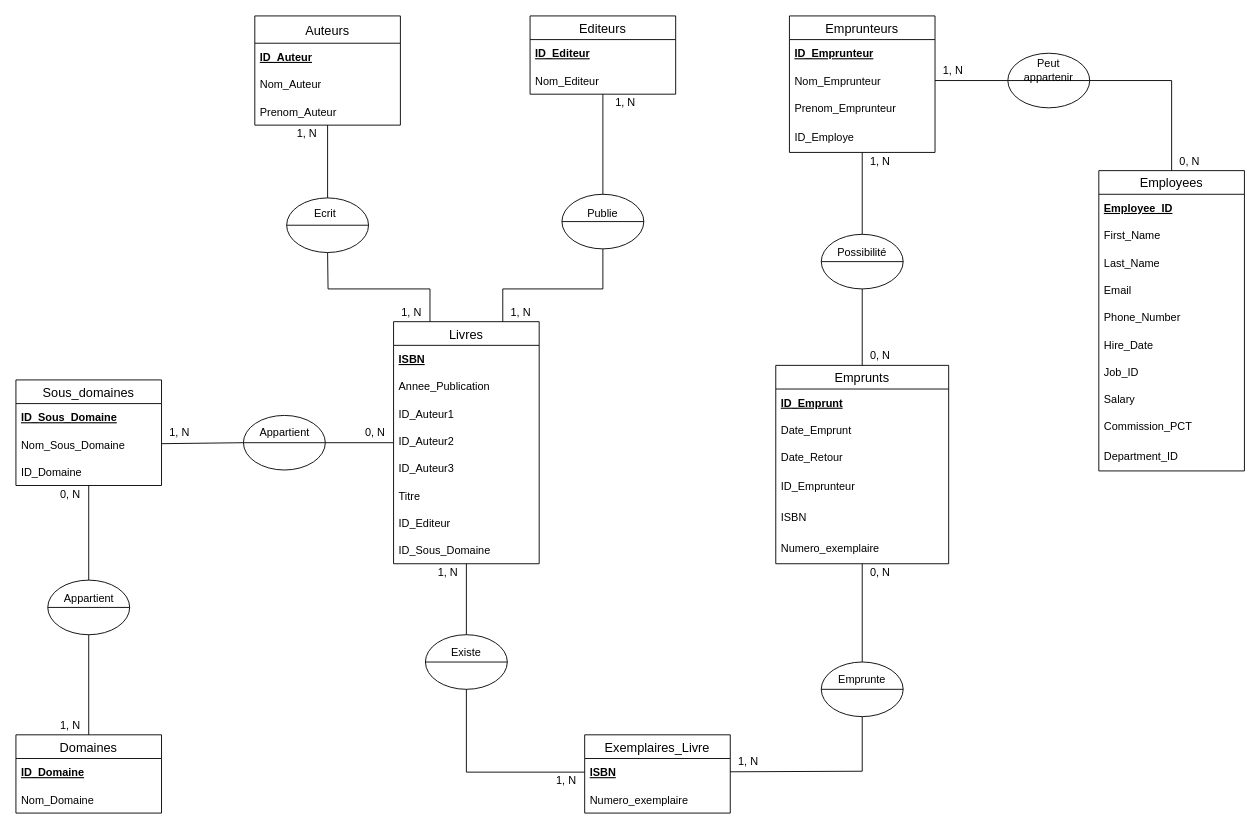
Before: MCD.drawio in Jerome-Kraft/Projet_BDD, a draw.io diagram. Source tidied: cells renumbered, new cells numbered last; positions are measured from the earlier drawing's top-left corner, leaving out a move shared by most shapes. Both pictures are drawn from the tidied source at 91%, with x=0, y=0 at pixel (15, 15).
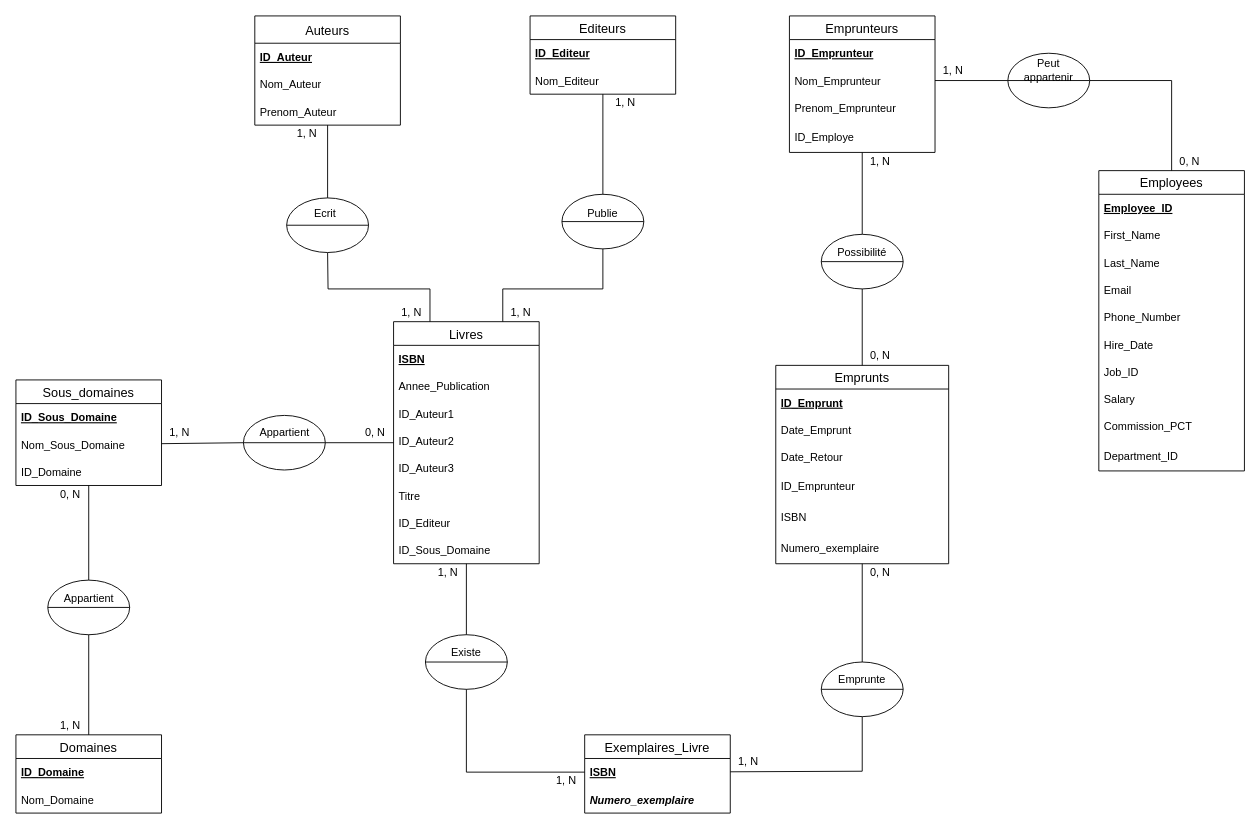
The same diagram, later.

The change refers to these unchanged cells:
```xml
<mxCell id="58" value="Exemplaires_Livre" style="swimlane;fontStyle=0;horizontal=1;startSize=26;align=center;fontSize=14;" parent="1" vertex="1">
  <mxGeometry x="625" y="790" width="160" height="86" as="geometry" />
</mxCell>
```

The edit, as a diff of the source:
```diff
@@
-    <mxCell id="60" value="Numero_exemplaire" style="text;strokeColor=none;fillColor=none;spacingLeft=4;spacingRight=4;overflow=hidden;fontSize=12;verticalAlign=middle;fontStyle=0;" parent="58" vertex="1">
+    <mxCell id="60" value="Numero_exemplaire" style="text;strokeColor=none;fillColor=none;spacingLeft=4;spacingRight=4;overflow=hidden;fontSize=12;verticalAlign=middle;fontStyle=3;" parent="58" vertex="1">
       <mxGeometry y="56" width="160" height="30" as="geometry" />
     </mxCell>
```
